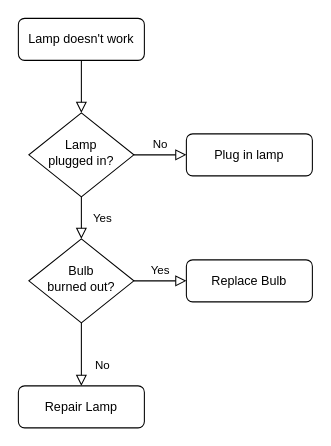
Ramazan35/lab1 keeps this draw.io diagram as outputs/Untitled Diagram.drawio. Above is the earlier version. Source tidied: cells renumbered, new cells numbered last; positions are measured from the earlier drawing's top-left corner, leaving out a move shared by most shapes. Both pictures are drawn from the tidied source at 105%, with x=0, y=0 at pixel (18, 18).
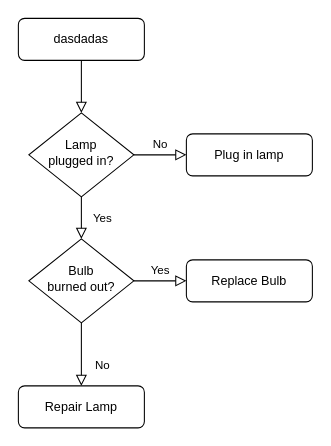
The same diagram, later.

Diff of the diagram source:
```diff
@@
 <mxGraphModel>
   <root>
     <mxCell id="0" />
     <mxCell id="1" parent="0" />
     <mxCell id="2" style="rounded=0;html=1;jettySize=auto;fontSize=11;endArrow=block;endFill=0;endSize=8;strokeWidth=1;shadow=0;labelBackgroundColor=none;edgeStyle=orthogonalEdgeStyle;" parent="1" edge="1" source="3" target="6">
       <mxGeometry relative="1" as="geometry" />
     </mxCell>
-    <mxCell id="3" value="Lamp doesn't work" style="rounded=1;whiteSpace=wrap;html=1;fontSize=12;glass=0;strokeWidth=1;shadow=0;" parent="1" vertex="1">
+    <mxCell id="3" value="dasdadas" style="rounded=1;whiteSpace=wrap;html=1;fontSize=12;glass=0;strokeWidth=1;shadow=0;" parent="1" vertex="1">
       <mxGeometry width="120" height="40" as="geometry" />
     </mxCell>
     <mxCell id="4" value="Yes" style="rounded=0;html=1;jettySize=auto;fontSize=11;endArrow=block;endFill=0;endSize=8;strokeWidth=1;shadow=0;labelBackgroundColor=none;edgeStyle=orthogonalEdgeStyle;" parent="1" edge="1" source="6" target="10">
       <mxGeometry y="20" relative="1" as="geometry" />
     </mxCell>
     <mxCell id="5" value="No" style="edgeStyle=orthogonalEdgeStyle;rounded=0;html=1;jettySize=auto;fontSize=11;endArrow=block;endFill=0;endSize=8;strokeWidth=1;shadow=0;labelBackgroundColor=none;" parent="1" edge="1" source="6" target="7">
       <mxGeometry y="10" relative="1" as="geometry" />
     </mxCell>
     <mxCell id="6" value="Lamp&lt;br&gt;plugged in?" style="rhombus;whiteSpace=wrap;html=1;shadow=0;fontFamily=Helvetica;fontSize=12;align=center;strokeWidth=1;spacing=6;spacingTop=-4;" parent="1" vertex="1">
       <mxGeometry x="10" y="90" width="100" height="80" as="geometry" />
     </mxCell>
     <mxCell id="7" value="Plug in lamp" style="rounded=1;whiteSpace=wrap;html=1;fontSize=12;glass=0;strokeWidth=1;shadow=0;" parent="1" vertex="1">
       <mxGeometry x="160" y="110" width="120" height="40" as="geometry" />
     </mxCell>
     <mxCell id="8" value="No" style="rounded=0;html=1;jettySize=auto;fontSize=11;endArrow=block;endFill=0;endSize=8;strokeWidth=1;shadow=0;labelBackgroundColor=none;edgeStyle=orthogonalEdgeStyle;" parent="1" edge="1" source="10" target="11">
       <mxGeometry x="0.33" y="20" relative="1" as="geometry" />
     </mxCell>
     <mxCell id="9" value="Yes" style="edgeStyle=orthogonalEdgeStyle;rounded=0;html=1;jettySize=auto;fontSize=11;endArrow=block;endFill=0;endSize=8;strokeWidth=1;shadow=0;labelBackgroundColor=none;" parent="1" edge="1" source="10" target="12">
       <mxGeometry y="10" relative="1" as="geometry" />
     </mxCell>
     <mxCell id="10" value="Bulb&lt;br&gt;burned out?" style="rhombus;whiteSpace=wrap;html=1;shadow=0;fontFamily=Helvetica;fontSize=12;align=center;strokeWidth=1;spacing=6;spacingTop=-4;" parent="1" vertex="1">
       <mxGeometry x="10" y="210" width="100" height="80" as="geometry" />
     </mxCell>
     <mxCell id="11" value="Repair Lamp" style="rounded=1;whiteSpace=wrap;html=1;fontSize=12;glass=0;strokeWidth=1;shadow=0;" parent="1" vertex="1">
       <mxGeometry y="350" width="120" height="40" as="geometry" />
     </mxCell>
     <mxCell id="12" value="Replace Bulb" style="rounded=1;whiteSpace=wrap;html=1;fontSize=12;glass=0;strokeWidth=1;shadow=0;" parent="1" vertex="1">
       <mxGeometry x="160" y="230" width="120" height="40" as="geometry" />
     </mxCell>
   </root>
 </mxGraphModel>
```
